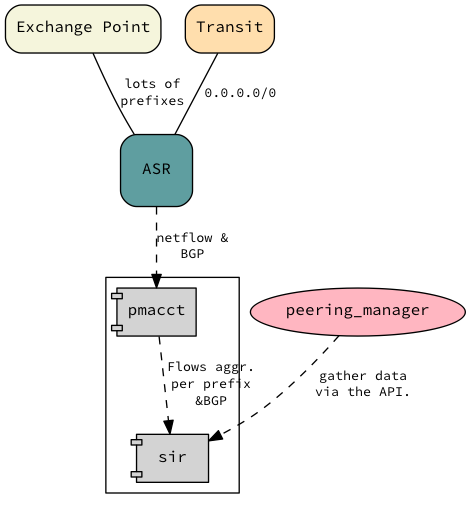
The Graphviz diagram docs/img/how_to_asr_scenario.png in dbarrosop/sir, before a commit. Its source is kept beside it as docs/img/how_to_asr_scenario.dot.
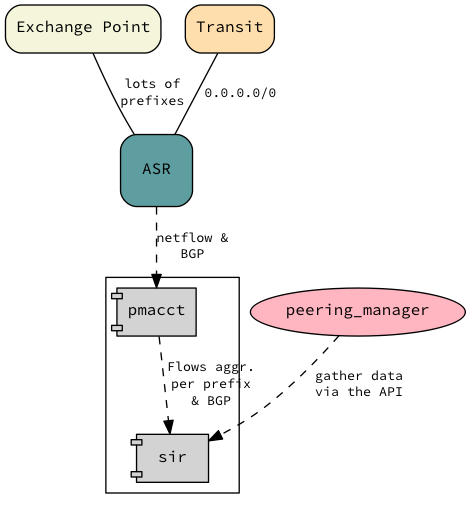
Later version of the same file.

The edit, as a diff of the source:
```diff
@@ -18,13 +18,13 @@
       sir;
     }
     ASR -> pmacct[label="netflow &\nBGP"]
-    pmacct -> sir[label="Flows aggr.\nper prefix\n&BGP"]
+    pmacct -> sir[label="Flows aggr.\nper prefix\n& BGP"]
 
     subgraph external {
       node [shape="ellipse"];
       peering_manager[fillcolor="#FFB6C1"];
 
-      peering_manager -> sir[label="gather data\nvia the API."];
+      peering_manager -> sir[label="gather data\nvia the API"];
     }
 
 }
```
